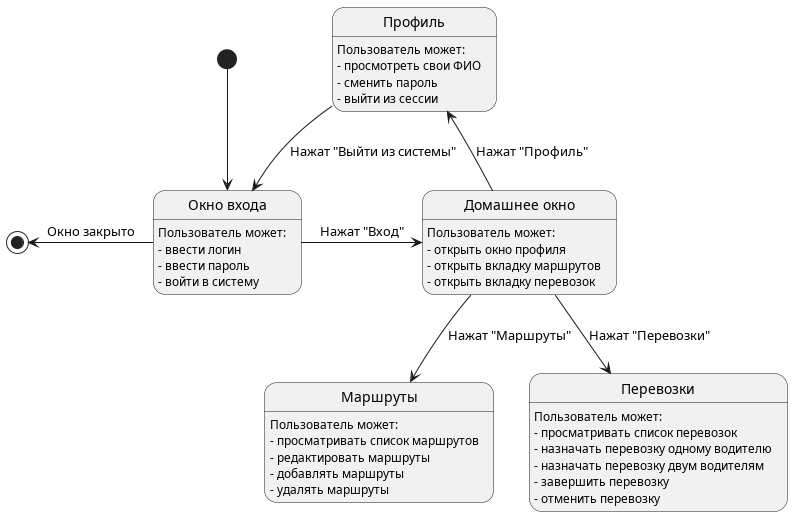
Above: state/logist.png in gur7en/kp4 (PlantUML), before the change.
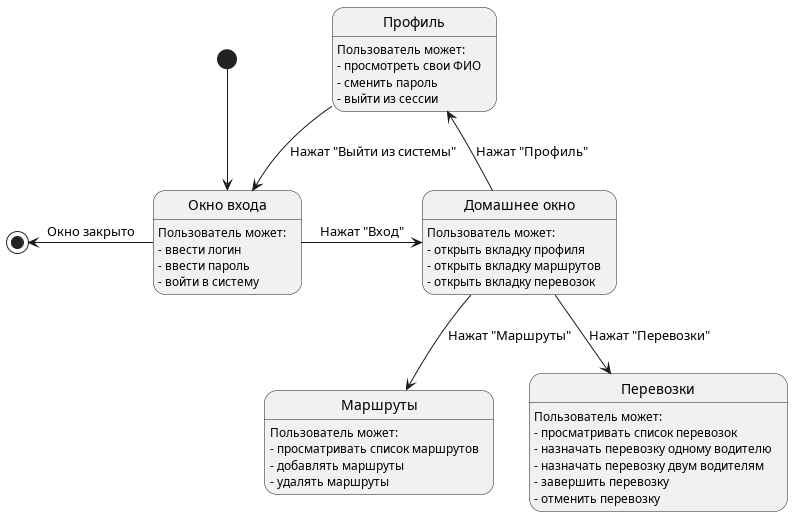
Later version of the same file.

Diff of the diagram source:
```diff
@@ -17,13 +17,12 @@
 profile : - выйти из сессии
 
 home : Пользователь может:
-home : - открыть окно профиля
+home : - открыть вкладку профиля
 home : - открыть вкладку маршрутов
 home : - открыть вкладку перевозок
 
 routes : Пользователь может:
 routes : - просматривать список маршрутов
-routes : - редактировать маршруты
 routes : - добавлять маршруты
 routes : - удалять маршруты
 
```
